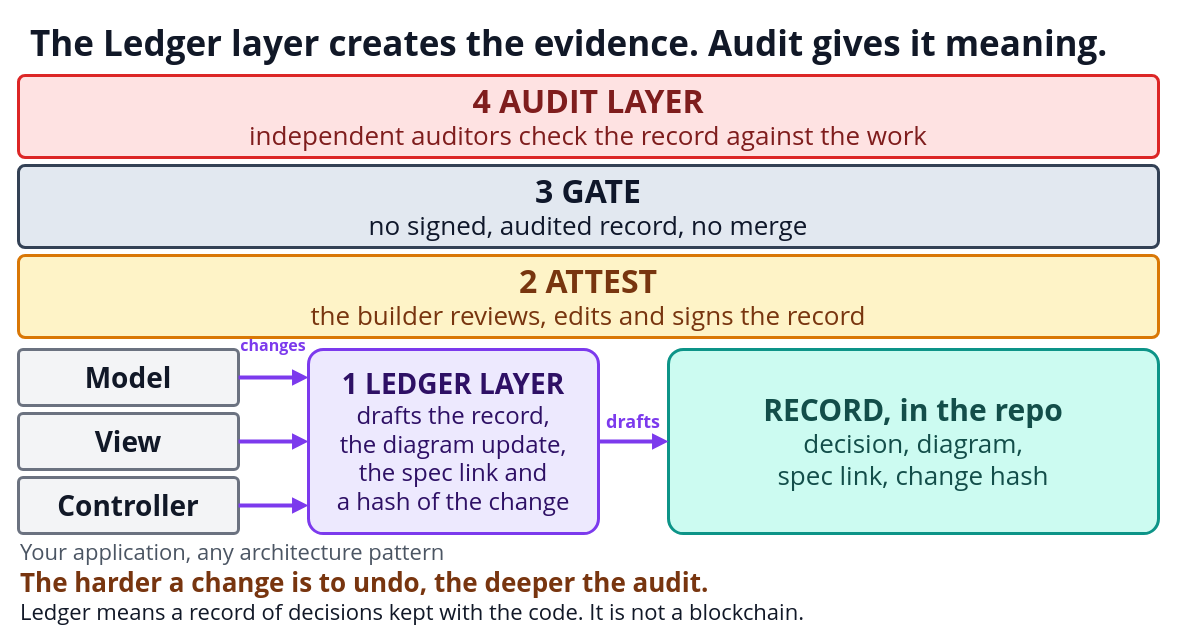
This is diagrams/01-ledger-layer-architecture.drawio from i-asimkhan/ledger-layer-pattern, a draw.io file, before an edit. Source tidied: cells renumbered, new cells numbered last; positions are measured from the earlier drawing's top-left corner, leaving out a move shared by most shapes. Both pictures are drawn from the tidied source at 100%, with x=0, y=0 at pixel (18, 17).
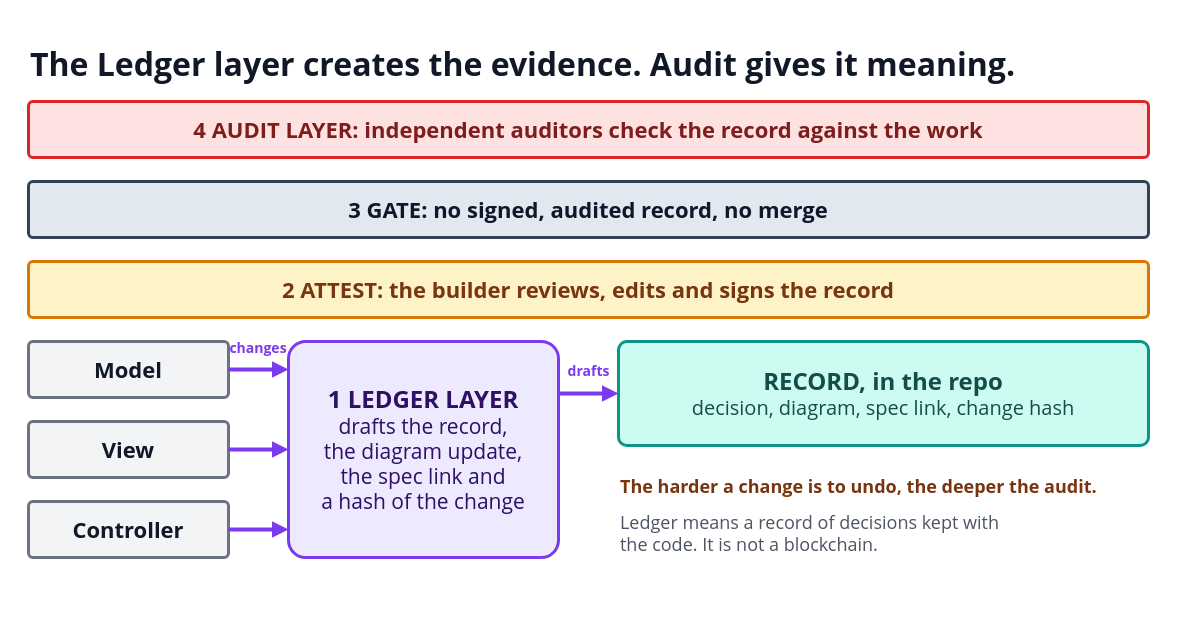
The same page after the edit.

Change to the diagram source:
```diff
@@
-    <mxCell id="2" value="The Ledger layer creates the evidence. Audit gives it meaning." style="text;html=1;strokeColor=none;fillColor=none;whiteSpace=wrap;verticalAlign=middle;align=left;fontSize=35;fontColor=#111827;fontFamily=Segoe UI;fontStyle=1;" parent="1" vertex="1">
-      <mxGeometry x="10" width="1120" height="50" as="geometry" />
+    <mxCell id="2" value="The Ledger layer creates the evidence. Audit gives it meaning." style="text;html=1;strokeColor=none;fillColor=none;whiteSpace=wrap;verticalAlign=middle;align=left;fontSize=32;fontColor=#111827;fontFamily=Segoe UI;fontStyle=1;" parent="1" vertex="1">
+      <mxGeometry x="10" y="26" width="1120" height="42" as="geometry" />
     </mxCell>
-    <mxCell id="3" value="&lt;span style=&quot;font-size:32px&quot;&gt;&lt;b&gt;4  AUDIT LAYER&lt;/b&gt;&lt;/span&gt;&lt;br&gt;&lt;span style=&quot;font-size:26px&quot;&gt;independent auditors check the record against the work&lt;/span&gt;" style="rounded=1;arcSize=8;whiteSpace=wrap;html=1;fillColor=#FEE2E2;strokeColor=#DC2626;fontColor=#7F1D1D;strokeWidth=3;align=center;verticalAlign=middle;fontSize=26;fontFamily=Segoe UI;" parent="1" vertex="1">
-      <mxGeometry y="58" width="1140" height="82" as="geometry" />
+    <mxCell id="3" value="&lt;span style=&quot;font-size:22px&quot;&gt;&lt;b&gt;4  AUDIT LAYER: independent auditors check the record against the work&lt;/b&gt;&lt;/span&gt;" style="rounded=1;arcSize=8;whiteSpace=wrap;html=1;fillColor=#FEE2E2;strokeColor=#DC2626;fontColor=#7F1D1D;strokeWidth=3;align=center;verticalAlign=middle;fontSize=24;fontFamily=Segoe UI;spacing=14;" parent="1" vertex="1">
+      <mxGeometry x="10" y="84" width="1120" height="56" as="geometry" />
     </mxCell>
-    <mxCell id="4" value="&lt;span style=&quot;font-size:32px&quot;&gt;&lt;b&gt;3  GATE&lt;/b&gt;&lt;/span&gt;&lt;br&gt;&lt;span style=&quot;font-size:26px&quot;&gt;no signed, audited record, no merge&lt;/span&gt;" style="rounded=1;arcSize=8;whiteSpace=wrap;html=1;fillColor=#E2E8F0;strokeColor=#334155;fontColor=#0F172A;strokeWidth=3;align=center;verticalAlign=middle;fontSize=26;fontFamily=Segoe UI;" parent="1" vertex="1">
-      <mxGeometry y="148" width="1140" height="82" as="geometry" />
+    <mxCell id="4" value="&lt;span style=&quot;font-size:22px&quot;&gt;&lt;b&gt;3  GATE: no signed, audited record, no merge&lt;/b&gt;&lt;/span&gt;" style="rounded=1;arcSize=8;whiteSpace=wrap;html=1;fillColor=#E2E8F0;strokeColor=#334155;fontColor=#0F172A;strokeWidth=3;align=center;verticalAlign=middle;fontSize=24;fontFamily=Segoe UI;spacing=14;" parent="1" vertex="1">
+      <mxGeometry x="10" y="164" width="1120" height="56" as="geometry" />
     </mxCell>
-    <mxCell id="5" value="&lt;span style=&quot;font-size:32px&quot;&gt;&lt;b&gt;2  ATTEST&lt;/b&gt;&lt;/span&gt;&lt;br&gt;&lt;span style=&quot;font-size:26px&quot;&gt;the builder reviews, edits and signs the record&lt;/span&gt;" style="rounded=1;arcSize=8;whiteSpace=wrap;html=1;fillColor=#FEF3C7;strokeColor=#D97706;fontColor=#78350F;strokeWidth=3;align=center;verticalAlign=middle;fontSize=26;fontFamily=Segoe UI;" parent="1" vertex="1">
-      <mxGeometry y="238" width="1140" height="82" as="geometry" />
+    <mxCell id="5" value="&lt;span style=&quot;font-size:22px&quot;&gt;&lt;b&gt;2  ATTEST: the builder reviews, edits and signs the record&lt;/b&gt;&lt;/span&gt;" style="rounded=1;arcSize=8;whiteSpace=wrap;html=1;fillColor=#FEF3C7;strokeColor=#D97706;fontColor=#78350F;strokeWidth=3;align=center;verticalAlign=middle;fontSize=24;fontFamily=Segoe UI;spacing=14;" parent="1" vertex="1">
+      <mxGeometry x="10" y="244" width="1120" height="56" as="geometry" />
     </mxCell>
-    <mxCell id="6" value="&lt;span style=&quot;font-size:28px&quot;&gt;&lt;b&gt;Model&lt;/b&gt;&lt;/span&gt;" style="rounded=1;arcSize=8;whiteSpace=wrap;html=1;fillColor=#F3F4F6;strokeColor=#6B7280;fontColor=#111827;strokeWidth=3;align=center;verticalAlign=middle;fontSize=24;fontFamily=Segoe UI;" parent="1" vertex="1">
-      <mxGeometry y="332" width="220" height="56" as="geometry" />
+    <mxCell id="6" value="&lt;span style=&quot;font-size:22px&quot;&gt;&lt;b&gt;Model&lt;/b&gt;&lt;/span&gt;" style="rounded=1;arcSize=8;whiteSpace=wrap;html=1;fillColor=#F3F4F6;strokeColor=#6B7280;fontColor=#111827;strokeWidth=3;align=center;verticalAlign=middle;fontSize=24;fontFamily=Segoe UI;spacing=14;" parent="1" vertex="1">
+      <mxGeometry x="10" y="324" width="200" height="56" as="geometry" />
     </mxCell>
     <mxCell id="7" style="endArrow=block;endFill=1;html=1;rounded=0;strokeColor=#7C3AED;strokeWidth=4;" parent="1" edge="1">
       <mxGeometry relative="1" as="geometry">
-        <mxPoint x="220" y="360" as="sourcePoint" />
-        <mxPoint x="290" y="360" as="targetPoint" />
+        <mxPoint x="210" y="352" as="sourcePoint" />
+        <mxPoint x="270" y="352" as="targetPoint" />
       </mxGeometry>
     </mxCell>
-    <mxCell id="8" value="&lt;span style=&quot;font-size:28px&quot;&gt;&lt;b&gt;View&lt;/b&gt;&lt;/span&gt;" style="rounded=1;arcSize=8;whiteSpace=wrap;html=1;fillColor=#F3F4F6;strokeColor=#6B7280;fontColor=#111827;strokeWidth=3;align=center;verticalAlign=middle;fontSize=24;fontFamily=Segoe UI;" parent="1" vertex="1">
-      <mxGeometry y="396" width="220" height="56" as="geometry" />
+    <mxCell id="8" value="&lt;span style=&quot;font-size:22px&quot;&gt;&lt;b&gt;View&lt;/b&gt;&lt;/span&gt;" style="rounded=1;arcSize=8;whiteSpace=wrap;html=1;fillColor=#F3F4F6;strokeColor=#6B7280;fontColor=#111827;strokeWidth=3;align=center;verticalAlign=middle;fontSize=24;fontFamily=Segoe UI;spacing=14;" parent="1" vertex="1">
+      <mxGeometry x="10" y="404" width="200" height="56" as="geometry" />
     </mxCell>
     <mxCell id="9" style="endArrow=block;endFill=1;html=1;rounded=0;strokeColor=#7C3AED;strokeWidth=4;" parent="1" edge="1">
       <mxGeometry relative="1" as="geometry">
-        <mxPoint x="220" y="424" as="sourcePoint" />
-        <mxPoint x="290" y="424" as="targetPoint" />
+        <mxPoint x="210" y="432" as="sourcePoint" />
+        <mxPoint x="270" y="432" as="targetPoint" />
       </mxGeometry>
     </mxCell>
-    <mxCell id="10" value="&lt;span style=&quot;font-size:28px&quot;&gt;&lt;b&gt;Controller&lt;/b&gt;&lt;/span&gt;" style="rounded=1;arcSize=8;whiteSpace=wrap;html=1;fillColor=#F3F4F6;strokeColor=#6B7280;fontColor=#111827;strokeWidth=3;align=center;verticalAlign=middle;fontSize=24;fontFamily=Segoe UI;" parent="1" vertex="1">
-      <mxGeometry y="460" width="220" height="56" as="geometry" />
+    <mxCell id="10" value="&lt;span style=&quot;font-size:22px&quot;&gt;&lt;b&gt;Controller&lt;/b&gt;&lt;/span&gt;" style="rounded=1;arcSize=8;whiteSpace=wrap;html=1;fillColor=#F3F4F6;strokeColor=#6B7280;fontColor=#111827;strokeWidth=3;align=center;verticalAlign=middle;fontSize=24;fontFamily=Segoe UI;spacing=14;" parent="1" vertex="1">
+      <mxGeometry x="10" y="484" width="200" height="56" as="geometry" />
     </mxCell>
     <mxCell id="11" style="endArrow=block;endFill=1;html=1;rounded=0;strokeColor=#7C3AED;strokeWidth=4;" parent="1" edge="1">
       <mxGeometry relative="1" as="geometry">
-        <mxPoint x="220" y="488" as="sourcePoint" />
-        <mxPoint x="290" y="488" as="targetPoint" />
+        <mxPoint x="210" y="512" as="sourcePoint" />
+        <mxPoint x="270" y="512" as="targetPoint" />
       </mxGeometry>
     </mxCell>
-    <mxCell id="12" value="changes" style="text;html=1;strokeColor=none;fillColor=none;whiteSpace=wrap;verticalAlign=middle;align=center;fontSize=16;fontColor=#7C3AED;fontFamily=Segoe UI;fontStyle=1;" parent="1" vertex="1">
-      <mxGeometry x="220" y="318" width="70" height="20" as="geometry" />
+    <mxCell id="12" value="changes" style="text;html=1;strokeColor=none;fillColor=none;whiteSpace=wrap;verticalAlign=middle;align=center;fontSize=14;fontColor=#7C3AED;fontFamily=Segoe UI;fontStyle=1;" parent="1" vertex="1">
+      <mxGeometry x="210" y="322" width="60" height="18" as="geometry" />
     </mxCell>
-    <mxCell id="13" value="&lt;span style=&quot;font-size:28px&quot;&gt;&lt;b&gt;1  LEDGER LAYER&lt;/b&gt;&lt;/span&gt;&lt;br&gt;&lt;span style=&quot;font-size:24px&quot;&gt;drafts the record,&lt;/span&gt;&lt;br&gt;&lt;span style=&quot;font-size:24px&quot;&gt;the diagram update,&lt;/span&gt;&lt;br&gt;&lt;span style=&quot;font-size:24px&quot;&gt;the spec link and&lt;/span&gt;&lt;br&gt;&lt;span style=&quot;font-size:24px&quot;&gt;a hash of the change&lt;/span&gt;" style="rounded=1;arcSize=8;whiteSpace=wrap;html=1;fillColor=#EDE9FE;strokeColor=#7C3AED;fontColor=#2E1065;strokeWidth=3;align=center;verticalAlign=middle;fontSize=24;fontFamily=Segoe UI;" parent="1" vertex="1">
-      <mxGeometry x="290" y="332" width="290" height="184" as="geometry" />
+    <mxCell id="13" value="&lt;span style=&quot;font-size:24px&quot;&gt;&lt;b&gt;1  LEDGER LAYER&lt;/b&gt;&lt;/span&gt;&lt;br&gt;&lt;span style=&quot;font-size:21px&quot;&gt;drafts the record,&lt;/span&gt;&lt;br&gt;&lt;span style=&quot;font-size:21px&quot;&gt;the diagram update,&lt;/span&gt;&lt;br&gt;&lt;span style=&quot;font-size:21px&quot;&gt;the spec link and&lt;/span&gt;&lt;br&gt;&lt;span style=&quot;font-size:21px&quot;&gt;a hash of the change&lt;/span&gt;" style="rounded=1;arcSize=8;whiteSpace=wrap;html=1;fillColor=#EDE9FE;strokeColor=#7C3AED;fontColor=#2E1065;strokeWidth=3;align=center;verticalAlign=middle;fontSize=21;fontFamily=Segoe UI;spacing=14;" parent="1" vertex="1">
+      <mxGeometry x="270" y="324" width="270" height="216" as="geometry" />
     </mxCell>
-    <mxCell id="14" value="&lt;span style=&quot;font-size:30px&quot;&gt;&lt;b&gt;RECORD, in the repo&lt;/b&gt;&lt;/span&gt;&lt;br&gt;&lt;span style=&quot;font-size:26px&quot;&gt;decision, diagram,&lt;/span&gt;&lt;br&gt;&lt;span style=&quot;font-size:26px&quot;&gt;spec link, change hash&lt;/span&gt;" style="rounded=1;arcSize=8;whiteSpace=wrap;html=1;fillColor=#CCFBF1;strokeColor=#0D9488;fontColor=#134E4A;strokeWidth=3;align=center;verticalAlign=middle;fontSize=26;fontFamily=Segoe UI;" parent="1" vertex="1">
-      <mxGeometry x="650" y="332" width="490" height="184" as="geometry" />
+    <mxCell id="14" value="&lt;span style=&quot;font-size:24px&quot;&gt;&lt;b&gt;RECORD, in the repo&lt;/b&gt;&lt;/span&gt;&lt;br&gt;&lt;span style=&quot;font-size:20px&quot;&gt;decision, diagram, spec link, change hash&lt;/span&gt;" style="rounded=1;arcSize=8;whiteSpace=wrap;html=1;fillColor=#CCFBF1;strokeColor=#0D9488;fontColor=#134E4A;strokeWidth=3;align=center;verticalAlign=middle;fontSize=20;fontFamily=Segoe UI;spacing=14;" parent="1" vertex="1">
+      <mxGeometry x="600" y="324" width="530" height="104" as="geometry" />
     </mxCell>
     <mxCell id="15" style="endArrow=block;endFill=1;html=1;rounded=0;strokeColor=#7C3AED;strokeWidth=4;" parent="1" edge="1">
       <mxGeometry relative="1" as="geometry">
-        <mxPoint x="580" y="424" as="sourcePoint" />
-        <mxPoint x="650" y="424" as="targetPoint" />
+        <mxPoint x="540" y="376" as="sourcePoint" />
+        <mxPoint x="600" y="376" as="targetPoint" />
       </mxGeometry>
     </mxCell>
-    <mxCell id="16" value="drafts" style="text;html=1;strokeColor=none;fillColor=none;whiteSpace=wrap;verticalAlign=middle;align=center;fontSize=18;fontColor=#7C3AED;fontFamily=Segoe UI;fontStyle=1;" parent="1" vertex="1">
-      <mxGeometry x="579" y="390" width="72" height="28" as="geometry" />
+    <mxCell id="16" value="drafts" style="text;html=1;strokeColor=none;fillColor=none;whiteSpace=wrap;verticalAlign=middle;labelBackgroundColor=#FFFFFF;align=center;fontSize=14;fontColor=#7C3AED;fontFamily=Segoe UI;fontStyle=1;" parent="1" vertex="1">
+      <mxGeometry x="542.5" y="341" width="55" height="26" as="geometry" />
     </mxCell>
-    <mxCell id="17" value="Your application, any architecture pattern" style="text;html=1;strokeColor=none;fillColor=none;whiteSpace=wrap;verticalAlign=middle;align=left;fontSize=22;fontColor=#4B5563;fontFamily=Segoe UI;fontStyle=0;" parent="1" vertex="1">
-      <mxGeometry y="520" width="760" height="28" as="geometry" />
+    <mxCell id="17" value="The harder a change is to undo, the deeper the audit." style="text;html=1;strokeColor=none;fillColor=none;whiteSpace=wrap;verticalAlign=middle;align=left;fontSize=18;fontColor=#78350F;fontFamily=Segoe UI;fontStyle=1;" parent="1" vertex="1">
+      <mxGeometry x="600" y="452" width="530" height="34" as="geometry" />
     </mxCell>
-    <mxCell id="18" value="The harder a change is to undo, the deeper the audit." style="text;html=1;strokeColor=none;fillColor=none;whiteSpace=wrap;verticalAlign=middle;align=left;fontSize=26;fontColor=#78350F;fontFamily=Segoe UI;fontStyle=1;" parent="1" vertex="1">
-      <mxGeometry y="548" width="1140" height="34" as="geometry" />
+    <mxCell id="18" value="Ledger means a record of decisions kept with&lt;br&gt;the code. It is not a blockchain." style="text;html=1;strokeColor=none;fillColor=none;whiteSpace=wrap;verticalAlign=middle;align=left;fontSize=18;fontColor=#4B5563;fontFamily=Segoe UI;fontStyle=0;" parent="1" vertex="1">
+      <mxGeometry x="600" y="492" width="530" height="48" as="geometry" />
     </mxCell>
-    <mxCell id="19" value="Ledger means a record of decisions kept with the code. It is not a blockchain." style="text;html=1;strokeColor=none;fillColor=none;whiteSpace=wrap;verticalAlign=middle;align=left;fontSize=22;fontColor=#111827;fontFamily=Segoe UI;fontStyle=0;" parent="1" vertex="1">
-      <mxGeometry y="580" width="1140" height="28" as="geometry" />
-    </mxCell>
```
